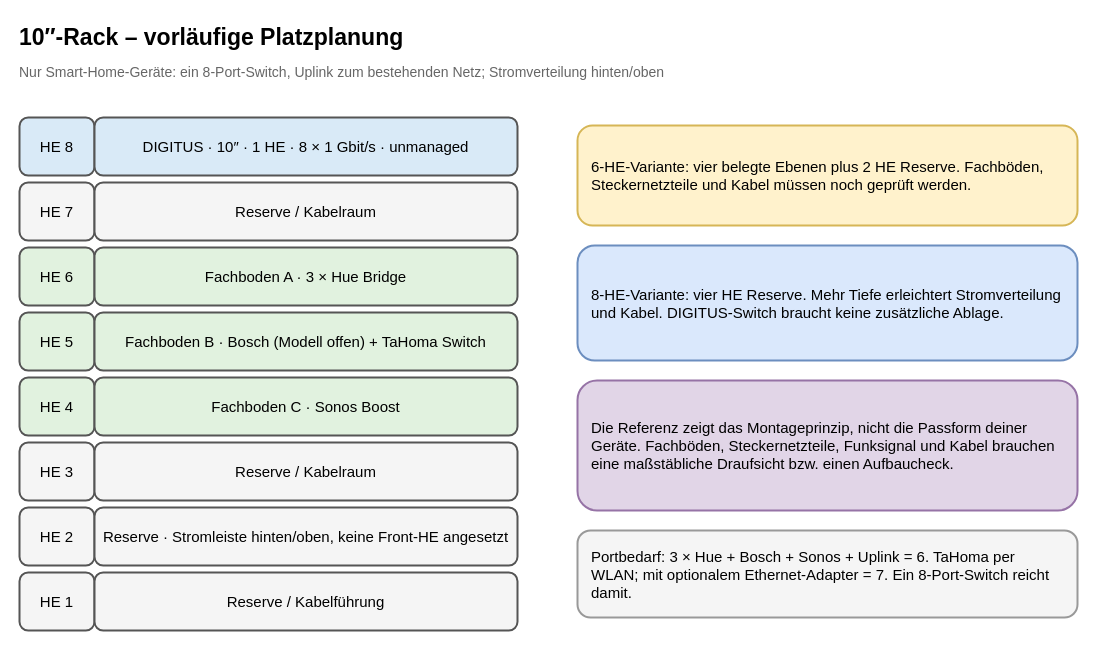
This is page "10-Zoll-Rack – Vorentwurf" (1 of 3) of 10-zoll-rack-planung.drawio from tiptronic/diagrams, a draw.io file, before an edit. Source tidied: cells renumbered, new cells numbered last; positions are measured from the earlier drawing's top-left corner, leaving out a move shared by most shapes. Both pictures are drawn from the tidied source at 100%, with x=0, y=0 at pixel (17, 17).
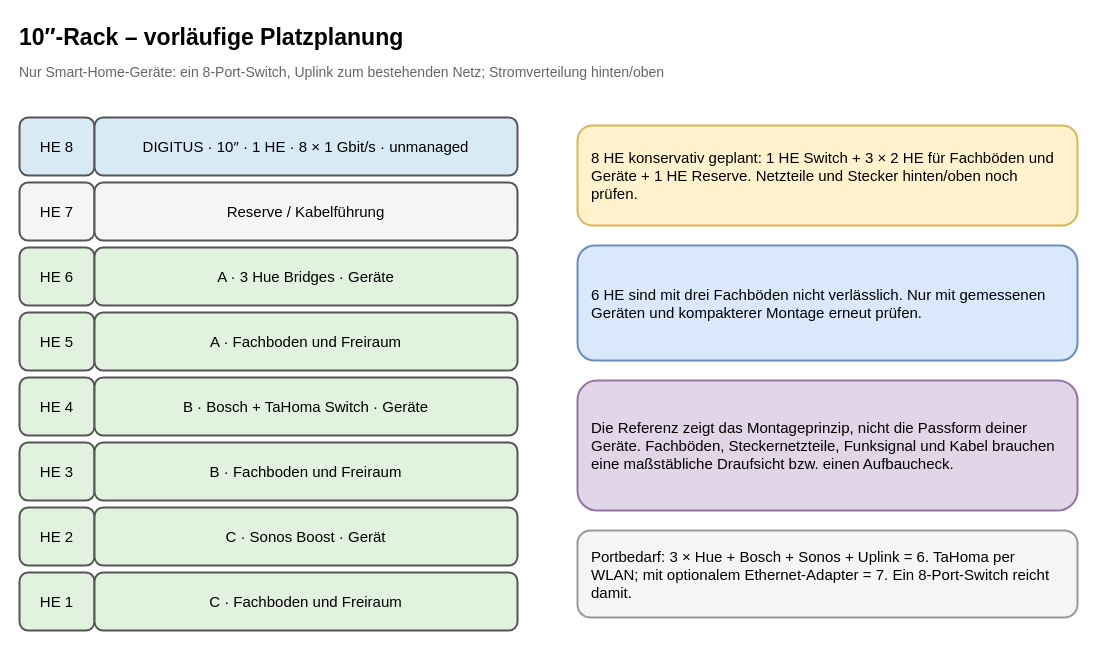
The same diagram, later.

Commit message:
Plan conservative 8U rack spacing

Change to the diagram source:
```diff
@@
-    <mxCell id="7" value="Reserve / Kabelraum" style="rounded=1;whiteSpace=wrap;html=1;align=center;verticalAlign=middle;strokeWidth=2;fontSize=15;fillColor=#f5f5f5;strokeColor=#555555;" parent="1" vertex="1">
+    <mxCell id="7" value="Reserve / Kabelführung" style="rounded=1;whiteSpace=wrap;html=1;align=center;verticalAlign=middle;strokeWidth=2;fontSize=15;fillColor=#f5f5f5;strokeColor=#555555;" parent="1" vertex="1">
       <mxGeometry x="77" y="165" width="423" height="58" as="geometry" />
     </mxCell>
@@
-    <mxCell id="9" value="Fachboden A · 3 × Hue Bridge" style="rounded=1;whiteSpace=wrap;html=1;align=center;verticalAlign=middle;strokeWidth=2;fontSize=15;fillColor=#e1f2df;strokeColor=#555555;" parent="1" vertex="1">
+    <mxCell id="9" value="A · 3 Hue Bridges · Geräte" style="rounded=1;whiteSpace=wrap;html=1;align=center;verticalAlign=middle;strokeWidth=2;fontSize=15;fillColor=#e1f2df;strokeColor=#555555;" parent="1" vertex="1">
       <mxGeometry x="77" y="230" width="423" height="58" as="geometry" />
     </mxCell>
@@
-    <mxCell id="11" value="Fachboden B · Bosch (Modell offen) + TaHoma Switch" style="rounded=1;whiteSpace=wrap;html=1;align=center;verticalAlign=middle;strokeWidth=2;fontSize=15;fillColor=#e1f2df;strokeColor=#555555;" parent="1" vertex="1">
+    <mxCell id="11" value="A · Fachboden und Freiraum" style="rounded=1;whiteSpace=wrap;html=1;align=center;verticalAlign=middle;strokeWidth=2;fontSize=15;fillColor=#e1f2df;strokeColor=#555555;" parent="1" vertex="1">
       <mxGeometry x="77" y="295" width="423" height="58" as="geometry" />
     </mxCell>
@@
-    <mxCell id="13" value="Fachboden C · Sonos Boost" style="rounded=1;whiteSpace=wrap;html=1;align=center;verticalAlign=middle;strokeWidth=2;fontSize=15;fillColor=#e1f2df;strokeColor=#555555;" parent="1" vertex="1">
+    <mxCell id="13" value="B · Bosch + TaHoma Switch · Geräte" style="rounded=1;whiteSpace=wrap;html=1;align=center;verticalAlign=middle;strokeWidth=2;fontSize=15;fillColor=#e1f2df;strokeColor=#555555;" parent="1" vertex="1">
       <mxGeometry x="77" y="360" width="423" height="58" as="geometry" />
     </mxCell>
-    <mxCell id="14" value="HE 3" style="rounded=1;whiteSpace=wrap;html=1;align=center;verticalAlign=middle;strokeWidth=2;fontSize=15;fillColor=#f5f5f5;strokeColor=#555555;" parent="1" vertex="1">
+    <mxCell id="14" value="HE 3" style="rounded=1;whiteSpace=wrap;html=1;align=center;verticalAlign=middle;strokeWidth=2;fontSize=15;fillColor=#e1f2df;strokeColor=#555555;" parent="1" vertex="1">
       <mxGeometry x="2" y="425" width="75" height="58" as="geometry" />
     </mxCell>
-    <mxCell id="15" value="Reserve / Kabelraum" style="rounded=1;whiteSpace=wrap;html=1;align=center;verticalAlign=middle;strokeWidth=2;fontSize=15;fillColor=#f5f5f5;strokeColor=#555555;" parent="1" vertex="1">
+    <mxCell id="15" value="B · Fachboden und Freiraum" style="rounded=1;whiteSpace=wrap;html=1;align=center;verticalAlign=middle;strokeWidth=2;fontSize=15;fillColor=#e1f2df;strokeColor=#555555;" parent="1" vertex="1">
       <mxGeometry x="77" y="425" width="423" height="58" as="geometry" />
     </mxCell>
-    <mxCell id="16" value="HE 2" style="rounded=1;whiteSpace=wrap;html=1;align=center;verticalAlign=middle;strokeWidth=2;fontSize=15;fillColor=#f5f5f5;strokeColor=#555555;" parent="1" vertex="1">
+    <mxCell id="16" value="HE 2" style="rounded=1;whiteSpace=wrap;html=1;align=center;verticalAlign=middle;strokeWidth=2;fontSize=15;fillColor=#e1f2df;strokeColor=#555555;" parent="1" vertex="1">
       <mxGeometry x="2" y="490" width="75" height="58" as="geometry" />
     </mxCell>
-    <mxCell id="17" value="Reserve · Stromleiste hinten/oben, keine Front-HE angesetzt" style="rounded=1;whiteSpace=wrap;html=1;align=center;verticalAlign=middle;strokeWidth=2;fontSize=15;fillColor=#f5f5f5;strokeColor=#555555;" parent="1" vertex="1">
+    <mxCell id="17" value="C · Sonos Boost · Gerät" style="rounded=1;whiteSpace=wrap;html=1;align=center;verticalAlign=middle;strokeWidth=2;fontSize=15;fillColor=#e1f2df;strokeColor=#555555;" parent="1" vertex="1">
       <mxGeometry x="77" y="490" width="423" height="58" as="geometry" />
     </mxCell>
-    <mxCell id="18" value="HE 1" style="rounded=1;whiteSpace=wrap;html=1;align=center;verticalAlign=middle;strokeWidth=2;fontSize=15;fillColor=#f5f5f5;strokeColor=#555555;" parent="1" vertex="1">
+    <mxCell id="18" value="HE 1" style="rounded=1;whiteSpace=wrap;html=1;align=center;verticalAlign=middle;strokeWidth=2;fontSize=15;fillColor=#e1f2df;strokeColor=#555555;" parent="1" vertex="1">
       <mxGeometry x="2" y="555" width="75" height="58" as="geometry" />
     </mxCell>
-    <mxCell id="19" value="Reserve / Kabelführung" style="rounded=1;whiteSpace=wrap;html=1;align=center;verticalAlign=middle;strokeWidth=2;fontSize=15;fillColor=#f5f5f5;strokeColor=#555555;" parent="1" vertex="1">
+    <mxCell id="19" value="C · Fachboden und Freiraum" style="rounded=1;whiteSpace=wrap;html=1;align=center;verticalAlign=middle;strokeWidth=2;fontSize=15;fillColor=#e1f2df;strokeColor=#555555;" parent="1" vertex="1">
       <mxGeometry x="77" y="555" width="423" height="58" as="geometry" />
     </mxCell>
-    <mxCell id="20" value="6-HE-Variante: vier belegte Ebenen plus 2 HE Reserve. Fachböden, Steckernetzteile und Kabel müssen noch geprüft werden." style="rounded=1;whiteSpace=wrap;html=1;align=center;verticalAlign=middle;strokeWidth=2;fontSize=15;align=left;spacing=14;fillColor=#fff2cc;strokeColor=#d6b656;" parent="1" vertex="1">
+    <mxCell id="20" value="8 HE konservativ geplant: 1 HE Switch + 3 × 2 HE für Fachböden und Geräte + 1 HE Reserve. Netzteile und Stecker hinten/oben noch prüfen." style="rounded=1;whiteSpace=wrap;html=1;align=center;verticalAlign=middle;strokeWidth=2;fontSize=15;align=left;spacing=14;fillColor=#fff2cc;strokeColor=#d6b656;" parent="1" vertex="1">
       <mxGeometry x="560" y="108" width="500" height="100" as="geometry" />
     </mxCell>
-    <mxCell id="21" value="8-HE-Variante: vier HE Reserve. Mehr Tiefe erleichtert Stromverteilung und Kabel. DIGITUS-Switch braucht keine zusätzliche Ablage." style="rounded=1;whiteSpace=wrap;html=1;align=center;verticalAlign=middle;strokeWidth=2;fontSize=15;align=left;spacing=14;fillColor=#dae8fc;strokeColor=#6c8ebf;" parent="1" vertex="1">
+    <mxCell id="21" value="6 HE sind mit drei Fachböden nicht verlässlich. Nur mit gemessenen Geräten und kompakterer Montage erneut prüfen." style="rounded=1;whiteSpace=wrap;html=1;align=center;verticalAlign=middle;strokeWidth=2;fontSize=15;align=left;spacing=14;fillColor=#dae8fc;strokeColor=#6c8ebf;" parent="1" vertex="1">
       <mxGeometry x="560" y="228" width="500" height="115" as="geometry" />
     </mxCell>
```
